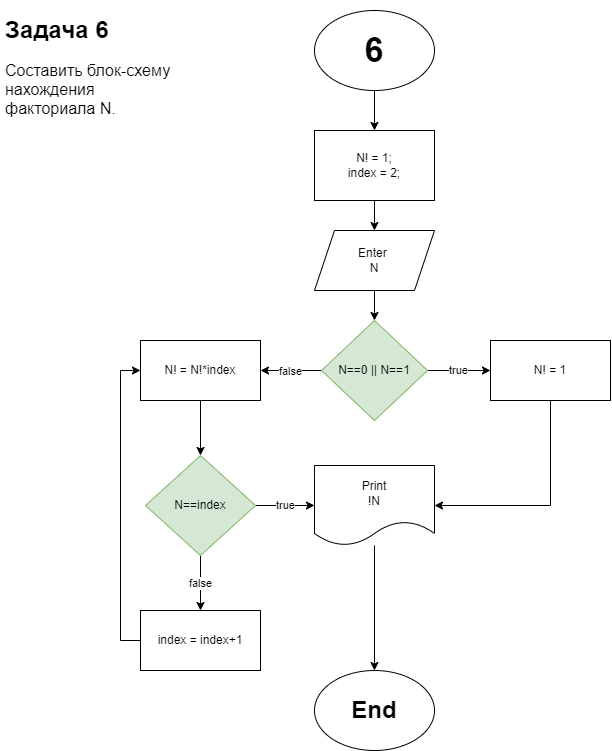
The draw.io diagram Задача_6.drawio.png in napaser88/Homeworks, before a commit. Source tidied: cells renumbered, new cells last; positions are measured from the earlier drawing's top-left corner, leaving out a move shared by most shapes. The source it was exported from:
```xml
<mxGraphModel>
  <root>
    <mxCell id="0" />
    <mxCell id="1" parent="0" />
    <mxCell id="2" value="&lt;h1&gt;Задача 6&lt;/h1&gt;&lt;div style=&quot;font-size: 16px;&quot;&gt;Составить блок-схему нахождения факториала N.&lt;br&gt;&lt;/div&gt;" style="text;html=1;strokeColor=none;fillColor=none;spacing=5;spacingTop=-20;whiteSpace=wrap;overflow=hidden;rounded=0;" parent="1" vertex="1">
      <mxGeometry width="190" height="120" as="geometry" />
    </mxCell>
    <mxCell id="3" style="edgeStyle=orthogonalEdgeStyle;rounded=0;jettySize=auto;html=1;" parent="1" edge="1" source="4" target="6">
      <mxGeometry relative="1" as="geometry" />
    </mxCell>
    <mxCell id="4" value="6" style="ellipse;whiteSpace=wrap;html=1;fontStyle=1;fontSize=34;" parent="1" vertex="1">
      <mxGeometry x="314" width="120" height="80" as="geometry" />
    </mxCell>
    <mxCell id="5" style="edgeStyle=orthogonalEdgeStyle;rounded=0;jettySize=auto;html=1;" parent="1" edge="1" source="6" target="8">
      <mxGeometry relative="1" as="geometry" />
    </mxCell>
    <mxCell id="6" value="N! = 1;&lt;br&gt;index = 2;" style="whiteSpace=wrap;html=1;fontSize=12;fontStyle=0;" parent="1" vertex="1">
      <mxGeometry x="314" y="120" width="120" height="70" as="geometry" />
    </mxCell>
    <mxCell id="7" style="edgeStyle=orthogonalEdgeStyle;rounded=0;jettySize=auto;html=1;" parent="1" edge="1" source="8" target="11">
      <mxGeometry relative="1" as="geometry" />
    </mxCell>
    <mxCell id="8" value="Enter&amp;nbsp;&lt;br&gt;N" style="shape=parallelogram;perimeter=parallelogramPerimeter;whiteSpace=wrap;html=1;fixedSize=1;fontStyle=0;" parent="1" vertex="1">
      <mxGeometry x="314" y="220" width="120" height="60" as="geometry" />
    </mxCell>
    <mxCell id="9" value="true" style="edgeStyle=orthogonalEdgeStyle;rounded=0;jettySize=auto;html=1;" parent="1" edge="1" source="11" target="13">
      <mxGeometry relative="1" as="geometry" />
    </mxCell>
    <mxCell id="10" value="false" style="edgeStyle=orthogonalEdgeStyle;rounded=0;jettySize=auto;html=1;" parent="1" edge="1" source="11">
      <mxGeometry relative="1" as="geometry">
        <mxPoint x="260" y="360" as="targetPoint" />
      </mxGeometry>
    </mxCell>
    <mxCell id="11" value="N==0 || N==1" style="rhombus;whiteSpace=wrap;html=1;fontStyle=0;fillColor=#d5e8d4;strokeColor=#82b366;" parent="1" vertex="1">
      <mxGeometry x="321" y="310" width="106" height="100" as="geometry" />
    </mxCell>
    <mxCell id="12" style="edgeStyle=orthogonalEdgeStyle;rounded=0;jettySize=auto;html=1;exitX=0.5;exitY=1;exitDx=0;exitDy=0;entryX=1;entryY=0.5;entryDx=0;entryDy=0;" parent="1" edge="1" source="13" target="17">
      <mxGeometry relative="1" as="geometry" />
    </mxCell>
    <mxCell id="13" value="N! = 1" style="rounded=0;whiteSpace=wrap;html=1;" parent="1" vertex="1">
      <mxGeometry x="490" y="330" width="120" height="60" as="geometry" />
    </mxCell>
    <mxCell id="14" style="edgeStyle=orthogonalEdgeStyle;rounded=0;jettySize=auto;html=1;" parent="1" edge="1" target="15">
      <mxGeometry relative="1" as="geometry">
        <mxPoint x="200" y="390" as="sourcePoint" />
      </mxGeometry>
    </mxCell>
    <mxCell id="15" value="N! = N!*index" style="whiteSpace=wrap;html=1;rounded=0;" parent="1" vertex="1">
      <mxGeometry x="140" y="330" width="120" height="60" as="geometry" />
    </mxCell>
    <mxCell id="16" style="edgeStyle=orthogonalEdgeStyle;rounded=0;jettySize=auto;html=1;" parent="1" edge="1" source="17" target="18">
      <mxGeometry relative="1" as="geometry" />
    </mxCell>
    <mxCell id="17" value="Print&lt;br&gt;!N" style="shape=document;whiteSpace=wrap;html=1;boundedLbl=1;" parent="1" vertex="1">
      <mxGeometry x="314" y="455" width="120" height="80" as="geometry" />
    </mxCell>
    <mxCell id="18" value="End" style="ellipse;whiteSpace=wrap;html=1;fontStyle=1;fontSize=24;" parent="1" vertex="1">
      <mxGeometry x="314" y="660" width="120" height="80" as="geometry" />
    </mxCell>
    <mxCell id="19" style="edgeStyle=orthogonalEdgeStyle;rounded=0;jettySize=auto;html=1;" parent="1" edge="1" source="15" target="22">
      <mxGeometry relative="1" as="geometry" />
    </mxCell>
    <mxCell id="20" value="false" style="edgeStyle=orthogonalEdgeStyle;rounded=0;jettySize=auto;html=1;" parent="1" edge="1" source="22" target="24">
      <mxGeometry relative="1" as="geometry" />
    </mxCell>
    <mxCell id="21" value="true" style="edgeStyle=orthogonalEdgeStyle;rounded=0;jettySize=auto;html=1;exitX=1;exitY=0.5;exitDx=0;exitDy=0;entryX=0;entryY=0.5;entryDx=0;entryDy=0;" parent="1" edge="1" source="22" target="17">
      <mxGeometry relative="1" as="geometry" />
    </mxCell>
    <mxCell id="22" value="N==index" style="rhombus;whiteSpace=wrap;html=1;rounded=0;fillColor=#d5e8d4;strokeColor=#82b366;" parent="1" vertex="1">
      <mxGeometry x="145" y="445" width="110" height="100" as="geometry" />
    </mxCell>
    <mxCell id="23" style="edgeStyle=orthogonalEdgeStyle;rounded=0;jettySize=auto;html=1;exitX=0;exitY=0.5;exitDx=0;exitDy=0;entryX=0;entryY=0.5;entryDx=0;entryDy=0;" parent="1" edge="1" source="24" target="15">
      <mxGeometry relative="1" as="geometry">
        <Array as="points">
          <mxPoint x="120" y="630" />
          <mxPoint x="120" y="360" />
        </Array>
      </mxGeometry>
    </mxCell>
    <mxCell id="24" value="index = index+1" style="rounded=0;whiteSpace=wrap;html=1;" parent="1" vertex="1">
      <mxGeometry x="140" y="600" width="120" height="60" as="geometry" />
    </mxCell>
  </root>
</mxGraphModel>
```
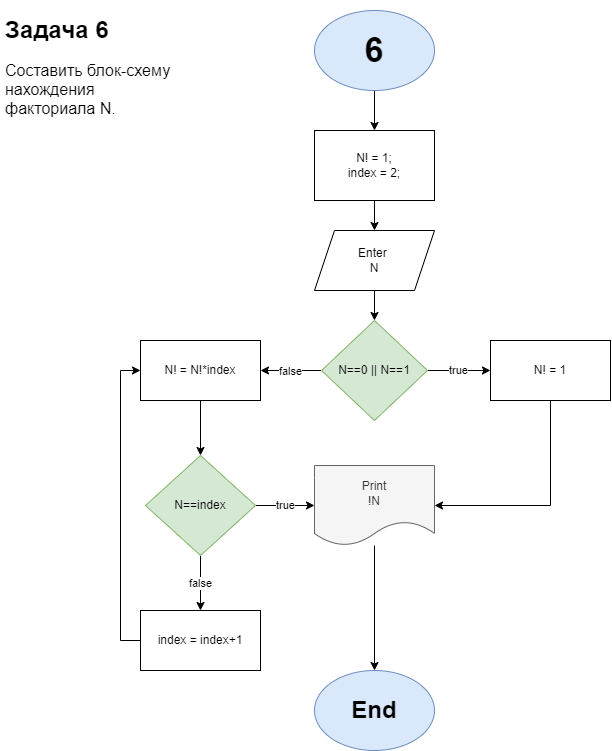
After the commit.

The edit, as a diff of the source:
```diff
@@ -8,7 +8,7 @@
     <mxCell id="3" style="edgeStyle=orthogonalEdgeStyle;rounded=0;jettySize=auto;html=1;" parent="1" edge="1" source="4" target="6">
       <mxGeometry relative="1" as="geometry" />
     </mxCell>
-    <mxCell id="4" value="6" style="ellipse;whiteSpace=wrap;html=1;fontStyle=1;fontSize=34;" parent="1" vertex="1">
+    <mxCell id="4" value="6" style="ellipse;whiteSpace=wrap;html=1;fontStyle=1;fontSize=34;fillColor=#dae8fc;strokeColor=#6c8ebf;" parent="1" vertex="1">
       <mxGeometry x="314" width="120" height="80" as="geometry" />
     </mxCell>
     <mxCell id="5" style="edgeStyle=orthogonalEdgeStyle;rounded=0;jettySize=auto;html=1;" parent="1" edge="1" source="6" target="8">
@@ -51,10 +51,10 @@
     <mxCell id="16" style="edgeStyle=orthogonalEdgeStyle;rounded=0;jettySize=auto;html=1;" parent="1" edge="1" source="17" target="18">
       <mxGeometry relative="1" as="geometry" />
     </mxCell>
-    <mxCell id="17" value="Print&lt;br&gt;!N" style="shape=document;whiteSpace=wrap;html=1;boundedLbl=1;" parent="1" vertex="1">
+    <mxCell id="17" value="Print&lt;br&gt;!N" style="shape=document;whiteSpace=wrap;html=1;boundedLbl=1;fillColor=#f5f5f5;fontColor=#333333;strokeColor=#666666;" parent="1" vertex="1">
       <mxGeometry x="314" y="455" width="120" height="80" as="geometry" />
     </mxCell>
-    <mxCell id="18" value="End" style="ellipse;whiteSpace=wrap;html=1;fontStyle=1;fontSize=24;" parent="1" vertex="1">
+    <mxCell id="18" value="End" style="ellipse;whiteSpace=wrap;html=1;fontStyle=1;fontSize=24;fillColor=#dae8fc;strokeColor=#6c8ebf;" parent="1" vertex="1">
       <mxGeometry x="314" y="660" width="120" height="80" as="geometry" />
     </mxCell>
     <mxCell id="19" style="edgeStyle=orthogonalEdgeStyle;rounded=0;jettySize=auto;html=1;" parent="1" edge="1" source="15" target="22">
```
